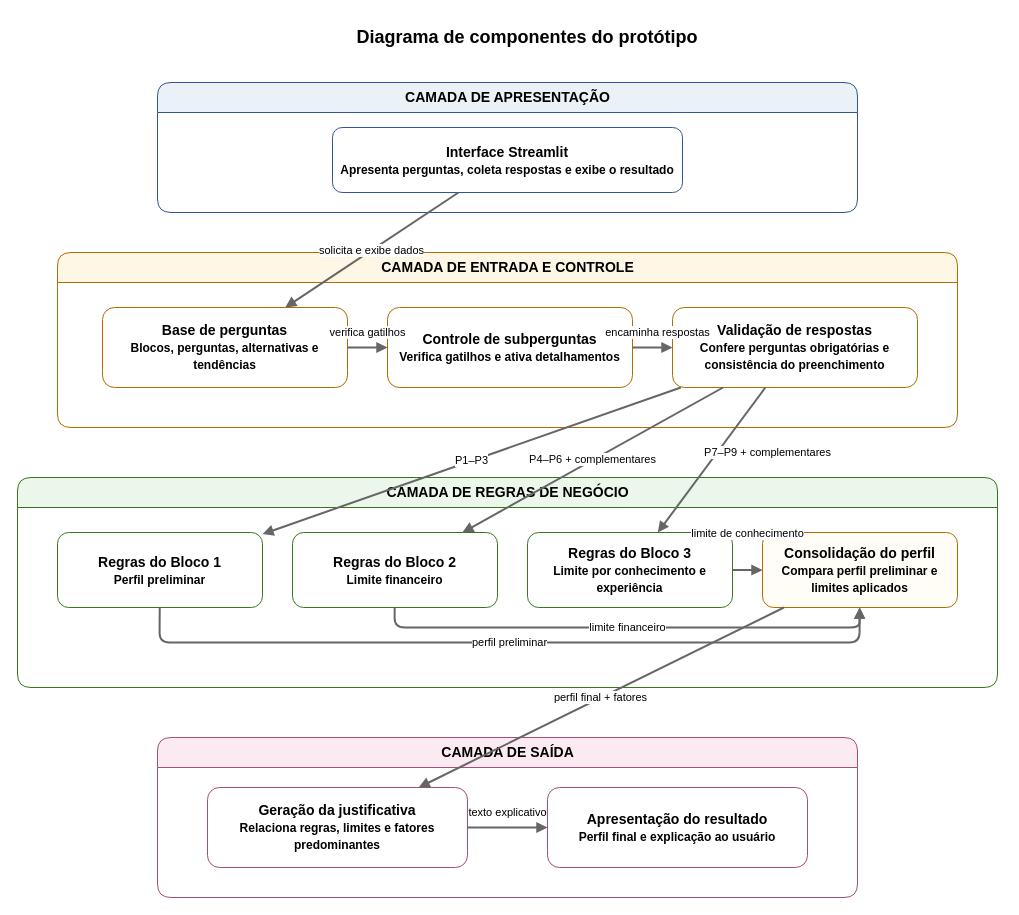
The draw.io diagram docs/diagramas/figura-8-componentes.drawio in Gilleade/tcc-perfil-investidor, before the edit. Source tidied: cells renumbered, new cells numbered last; positions are measured from the earlier drawing's top-left corner, leaving out a move shared by most shapes. Both pictures are drawn from the tidied source at 100%, with x=0, y=0 at pixel (17, 17).
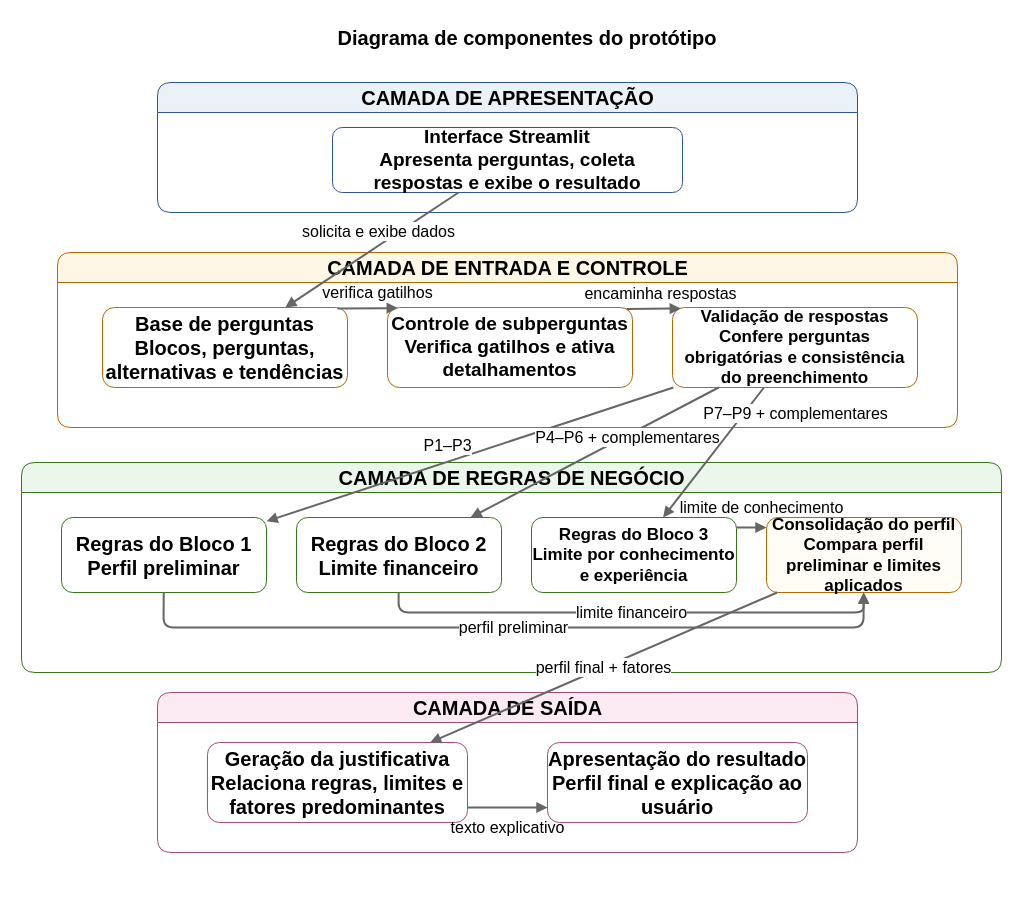
Above is the later version.

Diff of the diagram source:
```diff
@@
-    <mxCell id="2" value="Diagrama de componentes do protótipo" style="text;html=1;strokeColor=none;fillColor=none;align=center;verticalAlign=middle;whiteSpace=wrap;fontSize=18;fontStyle=1;" parent="1" vertex="1">
+    <mxCell id="2" value="Diagrama de componentes do protótipo" style="text;html=1;strokeColor=none;fillColor=none;align=center;verticalAlign=middle;whiteSpace=wrap;fontSize=20;fontStyle=1;" parent="1" vertex="1">
       <mxGeometry x="160" width="700" height="40" as="geometry" />
     </mxCell>
-    <mxCell id="3" value="CAMADA DE APRESENTAÇÃO" style="swimlane;html=1;rounded=1;startSize=30;horizontal=1;fillColor=#EAF2F8;strokeColor=#2F5597;fontStyle=1;fontSize=14;" parent="1" vertex="1">
+    <mxCell id="3" value="CAMADA DE APRESENTAÇÃO" style="swimlane;html=1;rounded=1;startSize=30;horizontal=1;fillColor=#EAF2F8;strokeColor=#2F5597;fontStyle=1;fontSize=20;" parent="1" vertex="1">
       <mxGeometry x="140" y="65" width="700" height="130" as="geometry" />
     </mxCell>
-    <mxCell id="4" value="Interface Streamlit&lt;br&gt;&lt;font style=&quot;font-size: 12px&quot;&gt;Apresenta perguntas, coleta respostas e exibe o resultado&lt;/font&gt;" style="rounded=1;whiteSpace=wrap;html=1;fillColor=#FFFFFF;strokeColor=#2F5597;fontSize=14;fontStyle=1;" parent="3" vertex="1">
+    <mxCell id="4" value="Interface Streamlit&lt;br&gt;&lt;font&gt;Apresenta perguntas, coleta respostas e exibe o resultado&lt;/font&gt;" style="rounded=1;whiteSpace=wrap;html=1;fillColor=#FFFFFF;strokeColor=#2F5597;fontSize=19;fontStyle=1;" parent="3" vertex="1">
       <mxGeometry x="175" y="45" width="350" height="65" as="geometry" />
     </mxCell>
-    <mxCell id="5" value="CAMADA DE ENTRADA E CONTROLE" style="swimlane;html=1;rounded=1;startSize=30;horizontal=1;fillColor=#FFF7E6;strokeColor=#B36B00;fontStyle=1;fontSize=14;" parent="1" vertex="1">
+    <mxCell id="5" value="CAMADA DE ENTRADA E CONTROLE" style="swimlane;html=1;rounded=1;startSize=30;horizontal=1;fillColor=#FFF7E6;strokeColor=#B36B00;fontStyle=1;fontSize=20;" parent="1" vertex="1">
       <mxGeometry x="40" y="235" width="900" height="175" as="geometry" />
     </mxCell>
-    <mxCell id="6" value="Base de perguntas&lt;br&gt;&lt;font style=&quot;font-size: 12px&quot;&gt;Blocos, perguntas, alternativas e tendências&lt;/font&gt;" style="rounded=1;whiteSpace=wrap;html=1;fillColor=#FFFFFF;strokeColor=#B36B00;fontSize=14;fontStyle=1;" parent="5" vertex="1">
+    <mxCell id="6" value="Base de perguntas&lt;br&gt;&lt;font&gt;Blocos, perguntas, alternativas e tendências&lt;/font&gt;" style="rounded=1;whiteSpace=wrap;html=1;fillColor=#FFFFFF;strokeColor=#B36B00;fontSize=20;fontStyle=1;" parent="5" vertex="1">
       <mxGeometry x="45" y="55" width="245" height="80" as="geometry" />
     </mxCell>
-    <mxCell id="7" value="Controle de subperguntas&lt;br&gt;&lt;font style=&quot;font-size: 12px&quot;&gt;Verifica gatilhos e ativa detalhamentos&lt;/font&gt;" style="rounded=1;whiteSpace=wrap;html=1;fillColor=#FFFFFF;strokeColor=#B36B00;fontSize=14;fontStyle=1;" parent="5" vertex="1">
+    <mxCell id="7" value="Controle de subperguntas&lt;br&gt;&lt;font&gt;Verifica gatilhos e ativa detalhamentos&lt;/font&gt;" style="rounded=1;whiteSpace=wrap;html=1;fillColor=#FFFFFF;strokeColor=#B36B00;fontSize=19;fontStyle=1;" parent="5" vertex="1">
       <mxGeometry x="330" y="55" width="245" height="80" as="geometry" />
     </mxCell>
-    <mxCell id="8" value="Validação de respostas&lt;br&gt;&lt;font style=&quot;font-size: 12px&quot;&gt;Confere perguntas obrigatórias e consistência do preenchimento&lt;/font&gt;" style="rounded=1;whiteSpace=wrap;html=1;fillColor=#FFFFFF;strokeColor=#B36B00;fontSize=14;fontStyle=1;" parent="5" vertex="1">
+    <mxCell id="8" value="Validação de respostas&lt;br&gt;&lt;font&gt;Confere perguntas obrigatórias e consistência do preenchimento&lt;/font&gt;" style="rounded=1;whiteSpace=wrap;html=1;fillColor=#FFFFFF;strokeColor=#B36B00;fontSize=17;fontStyle=1;" parent="5" vertex="1">
       <mxGeometry x="615" y="55" width="245" height="80" as="geometry" />
     </mxCell>
-    <mxCell id="9" value="verifica gatilhos" style="endArrow=block;html=1;strokeWidth=2;strokeColor=#666666;fontSize=11;" parent="5" edge="1" source="6" target="7">
-      <mxGeometry y="15" relative="1" as="geometry" />
+    <mxCell id="9" value="verifica gatilhos" style="endArrow=block;html=1;strokeWidth=2;strokeColor=#666666;fontSize=16;entryX=0.042;entryY=0.007;entryDx=0;entryDy=0;entryPerimeter=0;labelBackgroundColor=none;" parent="5" edge="1" target="7">
+      <mxGeometry x="0.33" y="16" relative="1" as="geometry">
+        <mxPoint x="280" y="56" as="sourcePoint" />
+      </mxGeometry>
     </mxCell>
-    <mxCell id="10" value="encaminha respostas" style="endArrow=block;html=1;strokeWidth=2;strokeColor=#666666;fontSize=11;" parent="5" edge="1" source="7" target="8">
+    <mxCell id="10" value="encaminha respostas" style="endArrow=block;html=1;strokeWidth=2;strokeColor=#666666;fontSize=16;exitX=0.976;exitY=0.018;exitDx=0;exitDy=0;exitPerimeter=0;entryX=0.034;entryY=0.013;entryDx=0;entryDy=0;entryPerimeter=0;labelBackgroundColor=none;" parent="5" edge="1" source="7" target="8">
       <mxGeometry x="0.25" y="15" relative="1" as="geometry" />
     </mxCell>
-    <mxCell id="11" value="CAMADA DE REGRAS DE NEGÓCIO" style="swimlane;html=1;rounded=1;startSize=30;horizontal=1;fillColor=#EAF7EA;strokeColor=#38761D;fontStyle=1;fontSize=14;" parent="1" vertex="1">
-      <mxGeometry y="460" width="980" height="210" as="geometry" />
+    <mxCell id="11" value="CAMADA DE REGRAS DE NEGÓCIO" style="swimlane;html=1;rounded=1;startSize=30;horizontal=1;fillColor=#EAF7EA;strokeColor=#38761D;fontStyle=1;fontSize=20;" parent="1" vertex="1">
+      <mxGeometry x="4" y="445" width="980" height="210" as="geometry" />
     </mxCell>
-    <mxCell id="12" value="Regras do Bloco 1&lt;br&gt;&lt;font style=&quot;font-size: 12px&quot;&gt;Perfil preliminar&lt;/font&gt;" style="rounded=1;whiteSpace=wrap;html=1;fillColor=#FFFFFF;strokeColor=#38761D;fontSize=14;fontStyle=1;" parent="11" vertex="1">
+    <mxCell id="12" value="Regras do Bloco 1&lt;br&gt;&lt;font&gt;Perfil preliminar&lt;/font&gt;" style="rounded=1;whiteSpace=wrap;html=1;fillColor=#FFFFFF;strokeColor=#38761D;fontSize=20;fontStyle=1;" parent="11" vertex="1">
       <mxGeometry x="40" y="55" width="205" height="75" as="geometry" />
     </mxCell>
-    <mxCell id="13" value="Regras do Bloco 2&lt;br&gt;&lt;font style=&quot;font-size: 12px&quot;&gt;Limite financeiro&lt;/font&gt;" style="rounded=1;whiteSpace=wrap;html=1;fillColor=#FFFFFF;strokeColor=#38761D;fontSize=14;fontStyle=1;" parent="11" vertex="1">
+    <mxCell id="13" value="&lt;font style=&quot;font-size: 20px;&quot;&gt;Regras do Bloco 2&lt;br&gt;&lt;font style=&quot;&quot;&gt;Limite financeiro&lt;/font&gt;&lt;/font&gt;" style="rounded=1;whiteSpace=wrap;html=1;fillColor=#FFFFFF;strokeColor=#38761D;fontSize=14;fontStyle=1;" parent="11" vertex="1">
       <mxGeometry x="275" y="55" width="205" height="75" as="geometry" />
     </mxCell>
-    <mxCell id="14" value="Regras do Bloco 3&lt;br&gt;&lt;font style=&quot;font-size: 12px&quot;&gt;Limite por conhecimento e experiência&lt;/font&gt;" style="rounded=1;whiteSpace=wrap;html=1;fillColor=#FFFFFF;strokeColor=#38761D;fontSize=14;fontStyle=1;" parent="11" vertex="1">
+    <mxCell id="14" value="Regras do Bloco 3&lt;br&gt;&lt;font&gt;Limite por conhecimento e experiência&lt;/font&gt;" style="rounded=1;whiteSpace=wrap;html=1;fillColor=#FFFFFF;strokeColor=#38761D;fontSize=17;fontStyle=1;" parent="11" vertex="1">
       <mxGeometry x="510" y="55" width="205" height="75" as="geometry" />
     </mxCell>
-    <mxCell id="15" value="Consolidação do perfil&lt;br&gt;&lt;font style=&quot;font-size: 12px&quot;&gt;Compara perfil preliminar e limites aplicados&lt;/font&gt;" style="rounded=1;whiteSpace=wrap;html=1;fillColor=#FFFDF5;strokeColor=#B36B00;fontSize=14;fontStyle=1;" parent="11" vertex="1">
+    <mxCell id="15" value="Consolidação do perfil&lt;br&gt;&lt;font&gt;Compara perfil preliminar e limites aplicados&lt;/font&gt;" style="rounded=1;whiteSpace=wrap;html=1;fillColor=#FFFDF5;strokeColor=#B36B00;fontSize=17;fontStyle=1;" parent="11" vertex="1">
       <mxGeometry x="745" y="55" width="195" height="75" as="geometry" />
     </mxCell>
-    <mxCell id="16" value="perfil preliminar" style="endArrow=block;html=1;strokeWidth=2;strokeColor=#666666;fontSize=11;" parent="11" edge="1" source="12" target="15">
+    <mxCell id="16" value="perfil preliminar" style="endArrow=block;html=1;strokeWidth=2;strokeColor=#666666;fontSize=16;" parent="11" edge="1" source="12" target="15">
       <mxGeometry relative="1" as="geometry">
         <Array as="points">
           <mxPoint x="142" y="165" />
           <mxPoint x="842" y="165" />
         </Array>
       </mxGeometry>
     </mxCell>
-    <mxCell id="17" value="limite financeiro" style="endArrow=block;html=1;strokeWidth=2;strokeColor=#666666;fontSize=11;" parent="11" edge="1" source="13" target="15">
+    <mxCell id="17" value="limite financeiro" style="endArrow=block;html=1;strokeWidth=2;strokeColor=#666666;fontSize=16;" parent="11" edge="1" source="13" target="15">
       <mxGeometry relative="1" as="geometry">
         <Array as="points">
           <mxPoint x="377" y="150" />
           <mxPoint x="842" y="150" />
         </Array>
       </mxGeometry>
     </mxCell>
-    <mxCell id="18" value="limite de conhecimento" style="endArrow=block;html=1;strokeWidth=2;strokeColor=#666666;fontSize=11;" parent="11" edge="1" source="14" target="15">
-      <mxGeometry y="38" relative="1" as="geometry">
-        <mxPoint y="1" as="offset" />
+    <mxCell id="18" value="limite de conhecimento" style="endArrow=block;html=1;strokeWidth=2;strokeColor=#666666;fontSize=16;" parent="11" edge="1">
+      <mxGeometry x="0.67" y="20" relative="1" as="geometry">
+        <mxPoint x="715" y="65" as="sourcePoint" />
+        <mxPoint x="745" y="65" as="targetPoint" />
       </mxGeometry>
     </mxCell>
-    <mxCell id="19" value="CAMADA DE SAÍDA" style="swimlane;html=1;rounded=1;startSize=30;horizontal=1;fillColor=#FBEAF2;strokeColor=#A64D79;fontStyle=1;fontSize=14;" parent="1" vertex="1">
-      <mxGeometry x="140" y="720" width="700" height="160" as="geometry" />
+    <mxCell id="19" value="CAMADA DE SAÍDA" style="swimlane;html=1;rounded=1;startSize=30;horizontal=1;fillColor=#FBEAF2;strokeColor=#A64D79;fontStyle=1;fontSize=20;" parent="1" vertex="1">
+      <mxGeometry x="140" y="675" width="700" height="160" as="geometry" />
     </mxCell>
-    <mxCell id="20" value="Geração da justificativa&lt;br&gt;&lt;font style=&quot;font-size: 12px&quot;&gt;Relaciona regras, limites e fatores predominantes&lt;/font&gt;" style="rounded=1;whiteSpace=wrap;html=1;fillColor=#FFFFFF;strokeColor=#A64D79;fontSize=14;fontStyle=1;" parent="19" vertex="1">
+    <mxCell id="20" value="Geração da justificativa&lt;br&gt;&lt;font&gt;Relaciona regras, limites e fatores predominantes&lt;/font&gt;" style="rounded=1;whiteSpace=wrap;html=1;fillColor=#FFFFFF;strokeColor=#A64D79;fontSize=20;fontStyle=1;" parent="19" vertex="1">
       <mxGeometry x="50" y="50" width="260" height="80" as="geometry" />
     </mxCell>
-    <mxCell id="21" value="Apresentação do resultado&lt;br&gt;&lt;font style=&quot;font-size: 12px&quot;&gt;Perfil final e explicação ao usuário&lt;/font&gt;" style="rounded=1;whiteSpace=wrap;html=1;fillColor=#FFFFFF;strokeColor=#A64D79;fontSize=14;fontStyle=1;" parent="19" vertex="1">
+    <mxCell id="21" value="Apresentação do resultado&lt;br&gt;&lt;font&gt;Perfil final e explicação ao usuário&lt;/font&gt;" style="rounded=1;whiteSpace=wrap;html=1;fillColor=#FFFFFF;strokeColor=#A64D79;fontSize=20;fontStyle=1;" parent="19" vertex="1">
       <mxGeometry x="390" y="50" width="260" height="80" as="geometry" />
     </mxCell>
-    <mxCell id="22" value="texto explicativo" style="endArrow=block;html=1;strokeWidth=2;strokeColor=#666666;fontSize=11;" parent="19" edge="1" source="20" target="21">
-      <mxGeometry y="15" relative="1" as="geometry" />
+    <mxCell id="22" value="texto explicativo" style="endArrow=block;html=1;strokeWidth=2;strokeColor=#666666;fontSize=16;labelBackgroundColor=none;" parent="19" edge="1">
+      <mxGeometry y="-20" relative="1" as="geometry">
+        <mxPoint x="310" y="115" as="sourcePoint" />
+        <mxPoint x="390" y="115" as="targetPoint" />
+      </mxGeometry>
     </mxCell>
-    <mxCell id="23" value="solicita e exibe dados" style="endArrow=block;html=1;strokeWidth=2;strokeColor=#666666;fontSize=11;" parent="1" edge="1" source="4" target="6">
-      <mxGeometry relative="1" as="geometry" />
+    <mxCell id="23" value="solicita e exibe dados" style="endArrow=block;html=1;strokeWidth=2;strokeColor=#666666;fontSize=16;labelBackgroundColor=default;" parent="1" edge="1" source="4" target="6">
+      <mxGeometry x="-0.14" y="-11" relative="1" as="geometry">
+        <mxPoint y="-1" as="offset" />
+      </mxGeometry>
     </mxCell>
-    <mxCell id="24" value="P1–P3" style="endArrow=block;html=1;strokeWidth=2;strokeColor=#666666;fontSize=11;" parent="1" edge="1" source="8" target="12">
-      <mxGeometry relative="1" as="geometry" />
+    <mxCell id="24" value="P1–P3" style="endArrow=block;html=1;strokeWidth=2;strokeColor=#666666;fontSize=16;" parent="1" edge="1" source="8" target="12">
+      <mxGeometry x="0.09" y="-16" relative="1" as="geometry" />
     </mxCell>
-    <mxCell id="25" value="P4–P6 + complementares" style="endArrow=block;html=1;strokeWidth=2;strokeColor=#666666;fontSize=11;" parent="1" edge="1" source="8" target="13">
-      <mxGeometry relative="1" as="geometry" />
+    <mxCell id="25" value="P4–P6 + complementares" style="endArrow=block;html=1;strokeWidth=2;strokeColor=#666666;fontSize=16;" parent="1" edge="1" source="8" target="13">
+      <mxGeometry x="-0.26" y="2" relative="1" as="geometry" />
     </mxCell>
-    <mxCell id="26" value="P7–P9 + complementares" style="endArrow=block;html=1;strokeWidth=2;strokeColor=#666666;fontSize=11;" parent="1" edge="1" source="8" target="14">
-      <mxGeometry x="-0.44" y="40" relative="1" as="geometry" />
+    <mxCell id="26" value="P7–P9 + complementares" style="endArrow=block;html=1;strokeWidth=2;strokeColor=#666666;fontSize=16;" parent="1" edge="1" source="8" target="14">
+      <mxGeometry x="-0.99" y="41" relative="1" as="geometry" />
     </mxCell>
-    <mxCell id="27" value="perfil final + fatores" style="endArrow=block;html=1;strokeWidth=2;strokeColor=#666666;fontSize=11;" parent="1" edge="1" source="15" target="20">
+    <mxCell id="27" value="perfil final + fatores" style="endArrow=block;html=1;strokeWidth=2;strokeColor=#666666;fontSize=16;" parent="1" edge="1" source="15" target="20">
       <mxGeometry relative="1" as="geometry" />
     </mxCell>
```
